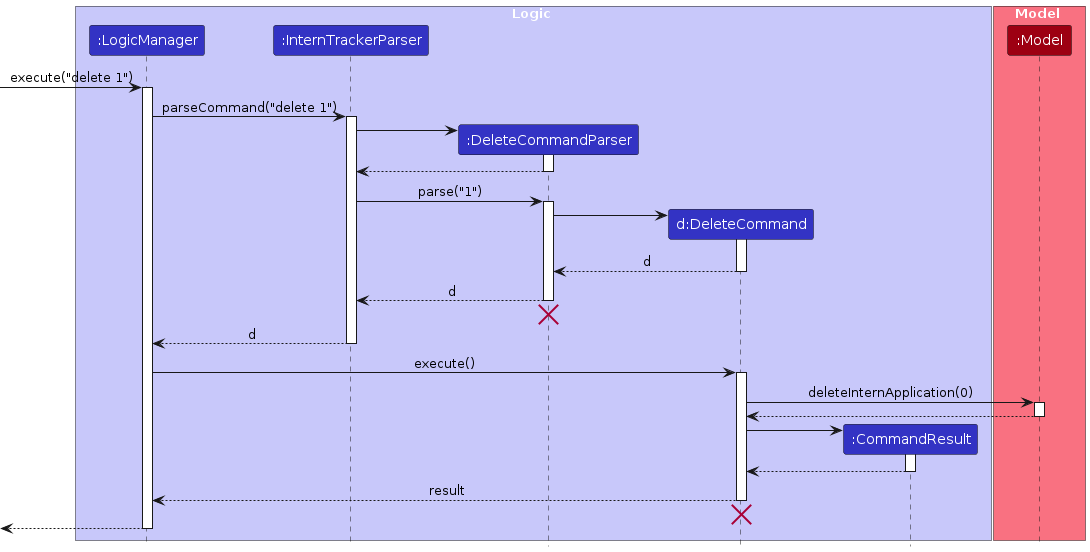
This is diagrams/DeleteSequenceDiagram.png from AY2324S1-CS2103T-W17-2/tp, a PlantUML export, as it was before one commit. Its source is kept beside it as diagrams/DeleteSequenceDiagram.puml. The source it was exported from:
```plantuml
@startuml
!include style.puml
skinparam ArrowFontStyle plain

box Logic LOGIC_COLOR_T1
participant ":LogicManager" as LogicManager LOGIC_COLOR
participant ":InternTrackerParser" as InternTrackerParser LOGIC_COLOR
participant ":DeleteCommandParser" as DeleteCommandParser LOGIC_COLOR
participant "d:DeleteCommand" as DeleteCommand LOGIC_COLOR
participant ":CommandResult" as CommandResult LOGIC_COLOR
end box

box Model MODEL_COLOR_T1
participant ":Model" as Model MODEL_COLOR
end box

[-> LogicManager : execute("delete 1")
activate LogicManager

LogicManager -> InternTrackerParser : parseCommand("delete 1")
activate InternTrackerParser

create DeleteCommandParser
InternTrackerParser -> DeleteCommandParser
activate DeleteCommandParser

DeleteCommandParser --> InternTrackerParser
deactivate DeleteCommandParser

InternTrackerParser -> DeleteCommandParser : parse("1")
activate DeleteCommandParser

create DeleteCommand
DeleteCommandParser -> DeleteCommand
activate DeleteCommand

DeleteCommand --> DeleteCommandParser : d
deactivate DeleteCommand

DeleteCommandParser --> InternTrackerParser : d
deactivate DeleteCommandParser
DeleteCommandParser -[hidden]-> InternTrackerParser
destroy DeleteCommandParser

InternTrackerParser --> LogicManager : d
deactivate InternTrackerParser

LogicManager -> DeleteCommand : execute()
activate DeleteCommand

DeleteCommand -> Model : deleteInternApplication(0)
activate Model

Model --> DeleteCommand
deactivate Model

create CommandResult
DeleteCommand -> CommandResult
activate CommandResult

CommandResult --> DeleteCommand
deactivate CommandResult

DeleteCommand --> LogicManager : result
deactivate DeleteCommand
DeleteCommand -[hidden]-> LogicManager
destroy DeleteCommand

[<--LogicManager
deactivate LogicManager
@enduml
```
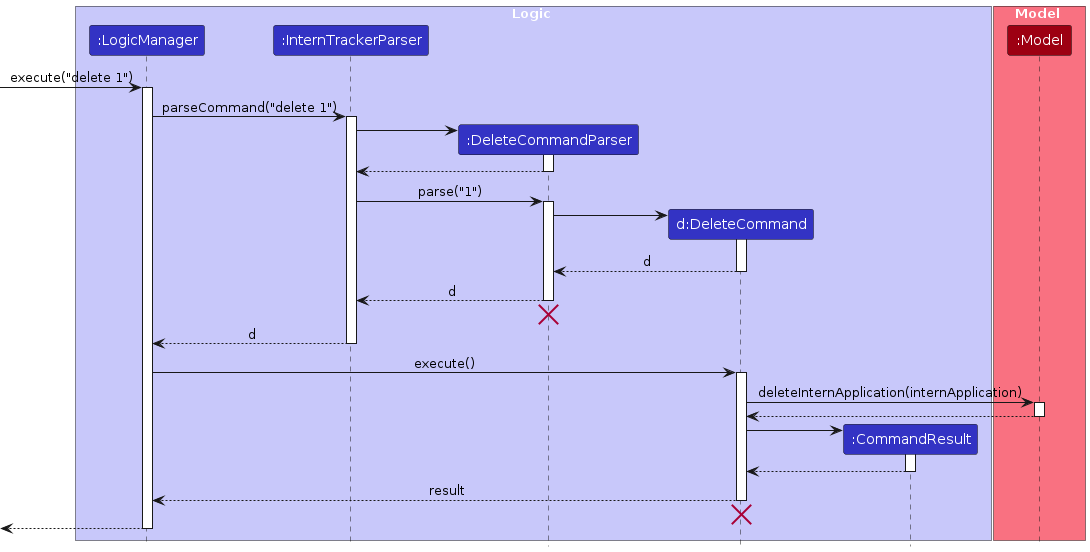
After the change.

What changed in the source:
```diff
@@ -48,7 +48,7 @@
 LogicManager -> DeleteCommand : execute()
 activate DeleteCommand
 
-DeleteCommand -> Model : deleteInternApplication(0)
+DeleteCommand -> Model : deleteInternApplication(internApplication)
 activate Model
 
 Model --> DeleteCommand
```
